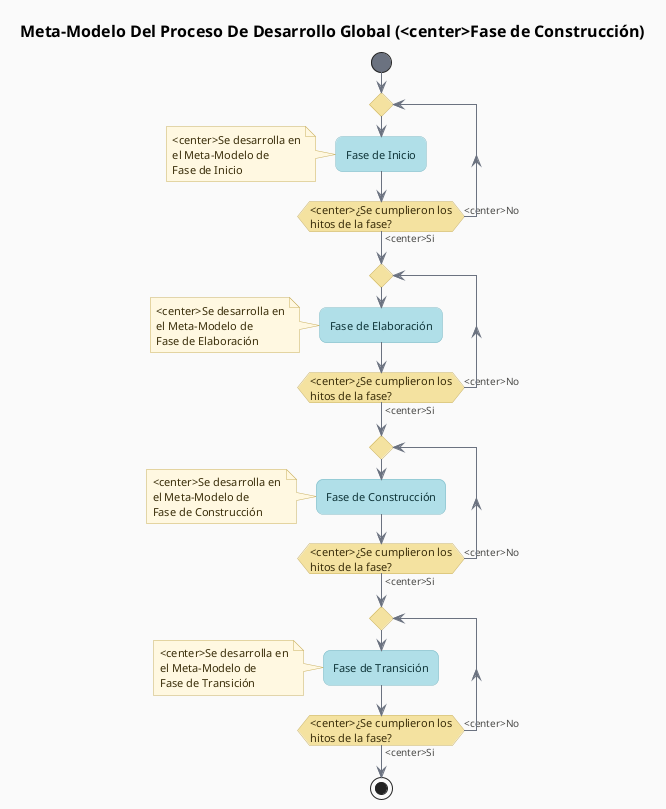
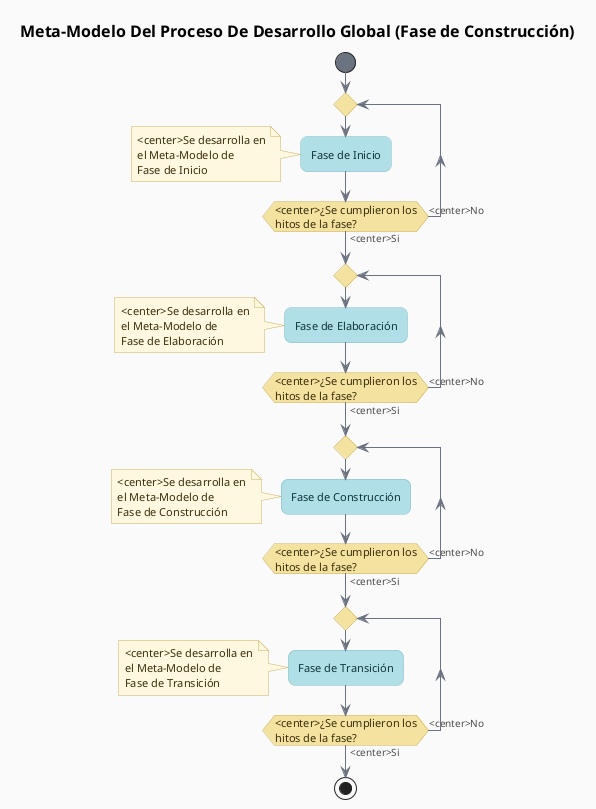
@startuml FaseConstruccion
- title  Meta-Modelo Del Proceso De Desarrollo Global (<center>Fase de Construcción)
+ title  Meta-Modelo Del Proceso De Desarrollo Global (Fase de Construcción)

' === Modern soft theme ===
skinparam backgroundColor #FAFAFA
skinparam defaultFontName Helvetica
skinparam defaultFontSize 11
skinparam titleFontSize 16
skinparam titleFontStyle bold
skinparam shadowing false
- skinparam roundCorner 14
+ skinparam roundCorner 14d
skinparam linetype polyline

skinparam activity {
    BackgroundColor       #B0DFE8
    BorderColor           #7DB9C5
    FontColor             #0F3539
    FontName              Helvetica
    FontSize              11
    DiamondBackgroundColor #F4E2A0
    DiamondBorderColor    #C9B05E
    DiamondFontColor      #3A2E0A
    StartColor            #6B7280
    EndColor              #6B7280
    BarColor              #6B7280
}

skinparam partition {
    BackgroundColor #FFFFFF
    BorderColor     #C9C9BE
    FontColor       #4A4A48
    FontStyle       bold
    FontSize        12
}

skinparam arrow {
    Color     #6B7280
    FontColor #4A4A48
    FontSize  10
    Thickness 1
}

skinparam note {
    BackgroundColor #FFF8E1
    BorderColor     #C9B05E
    FontColor       #3A2E0A
}

start
repeat
    :Fase de Inicio;
    note left :<center>Se desarrolla en\nel Meta-Modelo de\nFase de Inicio
repeat while (<center>¿Se cumplieron los\nhitos de la fase?) is (<center>No) not (<center>Si)

repeat
    :Fase de Elaboración;
    note left :<center>Se desarrolla en\nel Meta-Modelo de\nFase de Elaboración
repeat while (<center>¿Se cumplieron los\nhitos de la fase?) is (<center>No) not (<center>Si)

repeat
    :Fase de Construcción;
    note left :<center>Se desarrolla en\nel Meta-Modelo de\nFase de Construcción
repeat while (<center>¿Se cumplieron los\nhitos de la fase?) is (<center>No) not (<center>Si)

repeat
    :Fase de Transición;
    note left :<center>Se desarrolla en\nel Meta-Modelo de\nFase de Transición
    repeat while (<center>¿Se cumplieron los\nhitos de la fase?) is (<center>No) not (<center>Si)
stop

@enduml
